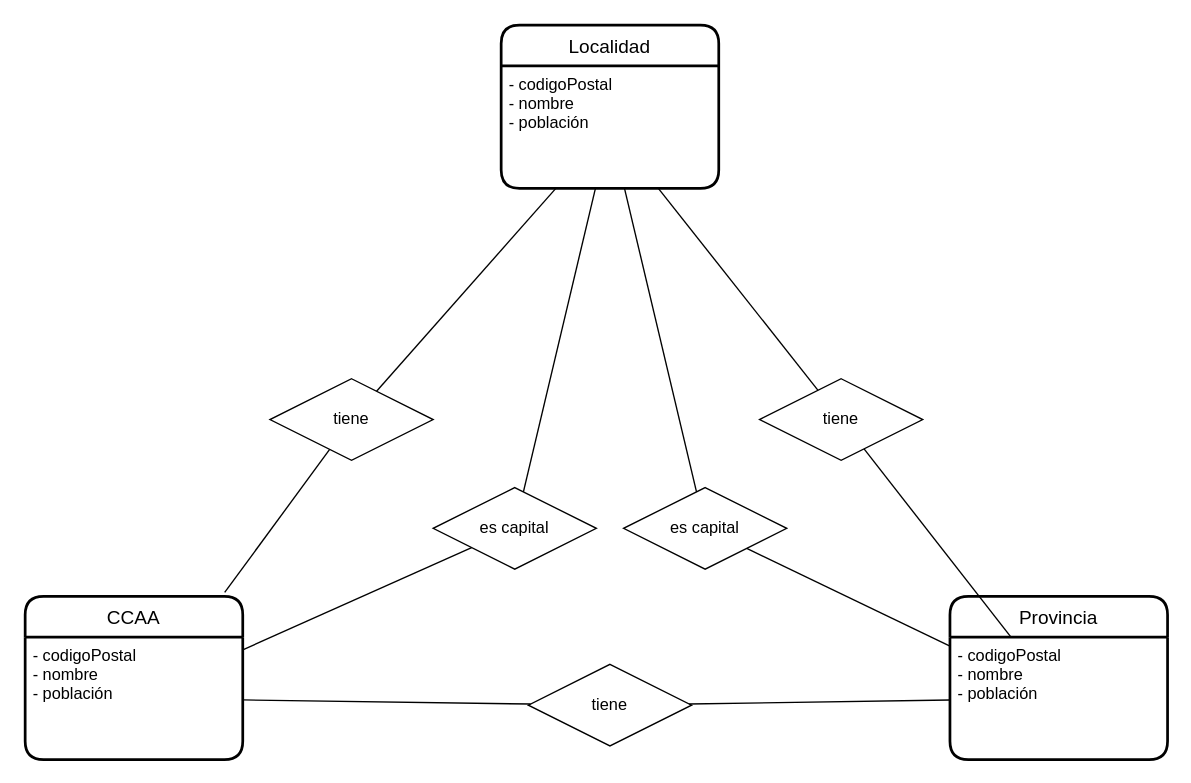
This is ex3.drawio from JuanMarinG/TA12_MYSQL, a draw.io file, before an edit. Source tidied: cells renumbered, new cells numbered last; positions are measured from the earlier drawing's top-left corner, leaving out a move shared by most shapes. Both pictures are drawn from the tidied source at 136%, with x=0, y=0 at pixel (24, 24).
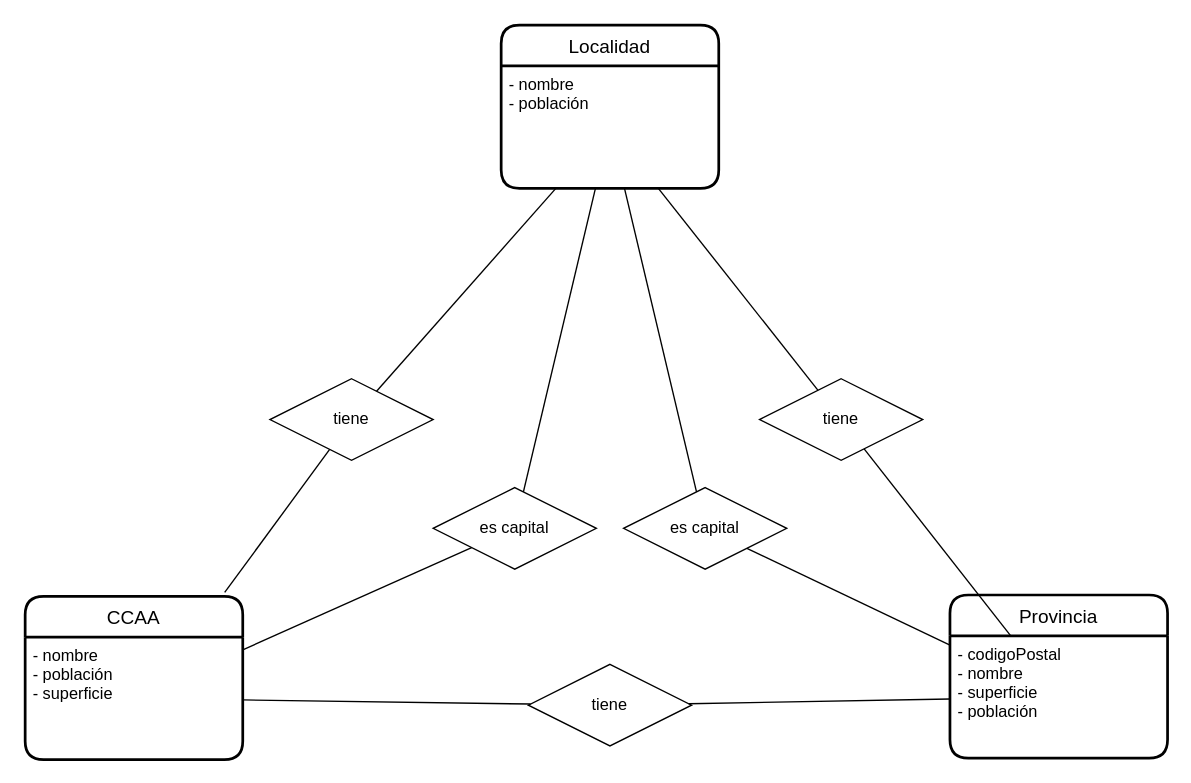
Above is the later version.

Commit message:
actualizar atributos

Unchanged cells that the change refers to:
```xml
<mxCell id="2" value="Localidad" style="swimlane;horizontal=1;startSize=30;rounded=1;fontSize=14;fontStyle=0;strokeWidth=2;shadow=0;dashed=0;align=center;" parent="1" vertex="1">
  <mxGeometry x="350" width="160" height="120" as="geometry" />
</mxCell>
<mxCell id="6" value="CCAA" style="swimlane;horizontal=1;startSize=30;rounded=1;fontSize=14;fontStyle=0;strokeWidth=2;shadow=0;dashed=0;align=center;" parent="1" vertex="1">
  <mxGeometry y="420" width="160" height="120" as="geometry" />
</mxCell>
```

Diff of the diagram source:
```diff
@@
-    <mxCell id="3" value="- codigoPostal&#10;- nombre&#10;- población" style="align=left;strokeColor=none;fillColor=none;spacingLeft=4;fontSize=12;verticalAlign=top;" parent="2" vertex="1">
+    <mxCell id="3" value="- nombre&#10;- población" style="align=left;strokeColor=none;fillColor=none;spacingLeft=4;fontSize=12;verticalAlign=top;" parent="2" vertex="1">
       <mxGeometry y="30" width="160" height="90" as="geometry" />
     </mxCell>
     <mxCell id="4" value="Provincia" style="swimlane;horizontal=1;startSize=30;rounded=1;fontSize=14;fontStyle=0;strokeWidth=2;shadow=0;dashed=0;align=center;" parent="1" vertex="1">
-      <mxGeometry x="680" y="420" width="160" height="120" as="geometry" />
+      <mxGeometry x="680" y="419" width="160" height="120" as="geometry" />
     </mxCell>
-    <mxCell id="5" value="- codigoPostal&#10;- nombre&#10;- población" style="align=left;strokeColor=none;fillColor=none;spacingLeft=4;fontSize=12;verticalAlign=top;" parent="4" vertex="1">
+    <mxCell id="5" value="- codigoPostal&#10;- nombre&#10;- superficie&#10;- población" style="align=left;strokeColor=none;fillColor=none;spacingLeft=4;fontSize=12;verticalAlign=top;" parent="4" vertex="1">
       <mxGeometry y="30" width="160" height="90" as="geometry" />
     </mxCell>
@@
-    <mxCell id="7" value="- codigoPostal&#10;- nombre&#10;- población" style="align=left;strokeColor=none;fillColor=none;spacingLeft=4;fontSize=12;verticalAlign=top;" parent="6" vertex="1">
+    <mxCell id="7" value="- nombre&#10;- población&#10;- superficie&#10;" style="align=left;strokeColor=none;fillColor=none;spacingLeft=4;fontSize=12;verticalAlign=top;" parent="6" vertex="1">
       <mxGeometry y="30" width="160" height="90" as="geometry" />
     </mxCell>
```
